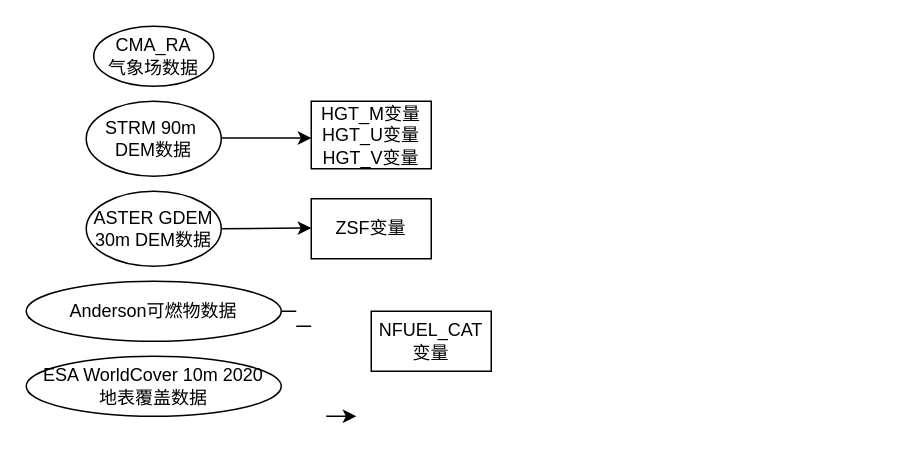
Earlier version of the draw.io diagram 第三章技术路线图.drawio (gaohuanxin/WRF-SFIRE). Source tidied: cells renumbered, new cells numbered last; positions are measured from the earlier drawing's top-left corner, leaving out a move shared by most shapes. Both pictures are drawn from the tidied source at 150%, with x=0, y=0 at pixel (26, 26).
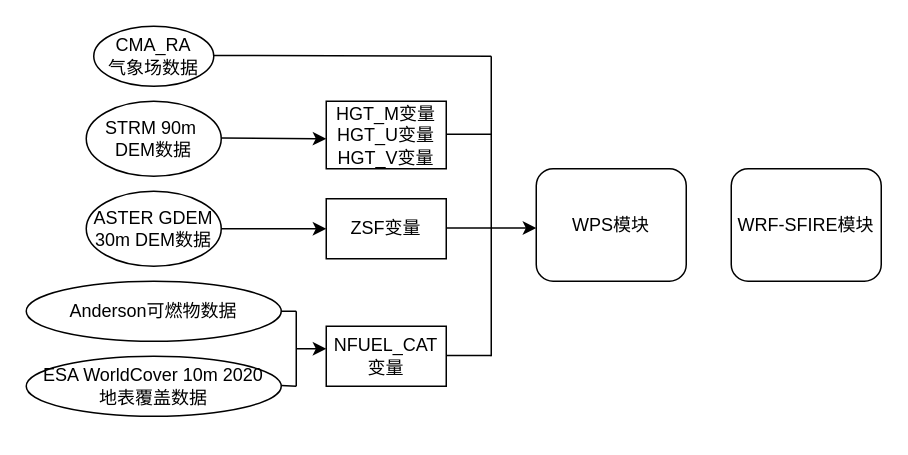
After the change.

Commit message (it also covers changes not shown here):
更新第三章技术路线图.drawio

Unchanged cells that the change refers to:
```xml
<mxCell id="3" value="STRM 90m&amp;nbsp; DEM数据" style="ellipse;whiteSpace=wrap;html=1;" parent="1" vertex="1">
  <mxGeometry x="40" y="50" width="90" height="50" as="geometry" />
</mxCell>
```

Change to the diagram source:
```diff
@@
     <mxCell id="7" value="HGT_M变量&lt;br&gt;HGT_U变量&lt;br&gt;HGT_V变量" style="rounded=0;whiteSpace=wrap;html=1;" parent="1" vertex="1">
-      <mxGeometry x="190" y="50" width="80" height="45" as="geometry" />
+      <mxGeometry x="200" y="50" width="80" height="45" as="geometry" />
     </mxCell>
     <mxCell id="8" value="ZSF变量" style="rounded=0;whiteSpace=wrap;html=1;" parent="1" vertex="1">
-      <mxGeometry x="190" y="115" width="80" height="40" as="geometry" />
+      <mxGeometry x="200" y="115" width="80" height="40" as="geometry" />
     </mxCell>
     <mxCell id="9" value="NFUEL_CAT变量" style="rounded=0;whiteSpace=wrap;html=1;" parent="1" vertex="1">
-      <mxGeometry x="230" y="190" width="80" height="40" as="geometry" />
+      <mxGeometry x="200" y="200" width="80" height="40" as="geometry" />
     </mxCell>
     <mxCell id="10" style="endArrow=classic;html=1;rounded=0;exitX=1;exitY=0.49;exitDx=0;exitDy=0;exitPerimeter=0;" parent="1" edge="1" source="3">
       <mxGeometry relative="1" as="geometry">
-        <mxPoint x="190" y="74.5" as="targetPoint" />
+        <mxPoint x="200" y="75" as="targetPoint" />
       </mxGeometry>
     </mxCell>
-    <mxCell id="11" style="endArrow=classic;html=1;rounded=0;exitX=1;exitY=0.49;exitDx=0;exitDy=0;exitPerimeter=0;" parent="1" edge="1">
+    <mxCell id="11" style="endArrow=classic;html=1;rounded=0;exitX=1;exitY=0.49;exitDx=0;exitDy=0;exitPerimeter=0;entryX=0;entryY=0.5;entryDx=0;entryDy=0;" parent="1" edge="1" target="8">
       <mxGeometry relative="1" as="geometry">
         <mxPoint x="130" y="135" as="sourcePoint" />
-        <mxPoint x="190" y="134.5" as="targetPoint" />
       </mxGeometry>
     </mxCell>
     <mxCell id="12" style="endArrow=classic;html=1;rounded=0;" parent="1" edge="1">
       <mxGeometry relative="1" as="geometry">
-        <mxPoint x="200" y="260" as="sourcePoint" />
-        <mxPoint x="220" y="260" as="targetPoint" />
+        <mxPoint x="180" y="215" as="sourcePoint" />
+        <mxPoint x="200" y="215" as="targetPoint" />
       </mxGeometry>
     </mxCell>
@@
     <mxCell id="14" style="endArrow=none;html=1;rounded=0;" parent="1" edge="1">
       <mxGeometry relative="1" as="geometry">
-        <mxPoint x="180" y="200" as="sourcePoint" />
-        <mxPoint x="190" y="200" as="targetPoint" />
+        <mxPoint x="170" y="239.5" as="sourcePoint" />
+        <mxPoint x="180" y="240" as="targetPoint" />
       </mxGeometry>
     </mxCell>
+    <mxCell id="15" style="endArrow=none;html=1;rounded=0;" parent="1" edge="1">
+      <mxGeometry relative="1" as="geometry">
+        <mxPoint x="180" y="240" as="sourcePoint" />
+        <mxPoint x="180" y="190" as="targetPoint" />
+      </mxGeometry>
+    </mxCell>
+    <mxCell id="16" value="WPS模块" style="rounded=1;whiteSpace=wrap;html=1;" parent="1" vertex="1">
+      <mxGeometry x="340" y="95" width="100" height="75" as="geometry" />
+    </mxCell>
+    <mxCell id="17" value="WRF-SFIRE模块" style="rounded=1;whiteSpace=wrap;html=1;" parent="1" vertex="1">
+      <mxGeometry x="470" y="95" width="100" height="75" as="geometry" />
+    </mxCell>
+    <mxCell id="18" style="endArrow=none;html=1;rounded=0;" parent="1" edge="1">
+      <mxGeometry relative="1" as="geometry">
+        <mxPoint x="125" y="19.5" as="sourcePoint" />
+        <mxPoint x="310" y="20" as="targetPoint" />
+      </mxGeometry>
+    </mxCell>
+    <mxCell id="19" style="endArrow=none;html=1;rounded=0;" parent="1" edge="1">
+      <mxGeometry relative="1" as="geometry">
+        <mxPoint x="280" y="72" as="sourcePoint" />
+        <mxPoint x="310" y="72" as="targetPoint" />
+      </mxGeometry>
+    </mxCell>
+    <mxCell id="20" style="endArrow=none;html=1;rounded=0;" parent="1" edge="1">
+      <mxGeometry relative="1" as="geometry">
+        <mxPoint x="280" y="134.5" as="sourcePoint" />
+        <mxPoint x="310" y="134.5" as="targetPoint" />
+      </mxGeometry>
+    </mxCell>
+    <mxCell id="21" style="endArrow=none;html=1;rounded=0;" parent="1" edge="1">
+      <mxGeometry relative="1" as="geometry">
+        <mxPoint x="280" y="219.5" as="sourcePoint" />
+        <mxPoint x="310" y="219.5" as="targetPoint" />
+      </mxGeometry>
+    </mxCell>
+    <mxCell id="22" style="endArrow=none;html=1;rounded=0;" parent="1" edge="1">
+      <mxGeometry relative="1" as="geometry">
+        <mxPoint x="310" y="220" as="sourcePoint" />
+        <mxPoint x="310" y="20" as="targetPoint" />
+      </mxGeometry>
+    </mxCell>
+    <mxCell id="23" style="endArrow=classic;html=1;rounded=0;" parent="1" edge="1">
+      <mxGeometry relative="1" as="geometry">
+        <mxPoint x="310" y="134.5" as="sourcePoint" />
+        <mxPoint x="340" y="134.5" as="targetPoint" />
+      </mxGeometry>
+    </mxCell>
```
